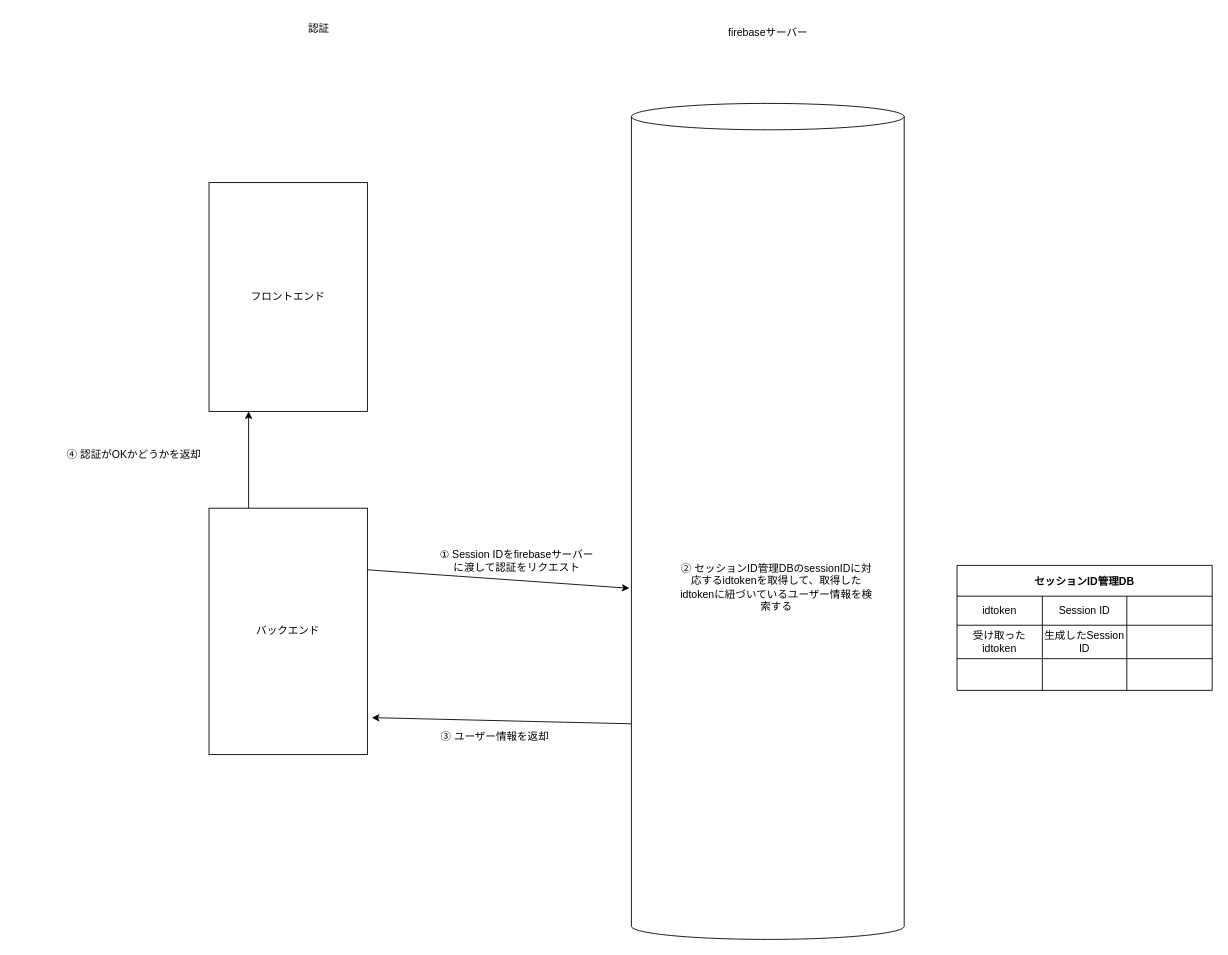
The draw.io diagram survey/certification-session.drawio in elletech/next_cookie, before the edit. Source tidied: cells renumbered, new cells numbered last; positions are measured from the earlier drawing's top-left corner, leaving out a move shared by most shapes. Both pictures are drawn from the tidied source at 88%, with x=0, y=0 at pixel (33, 15).
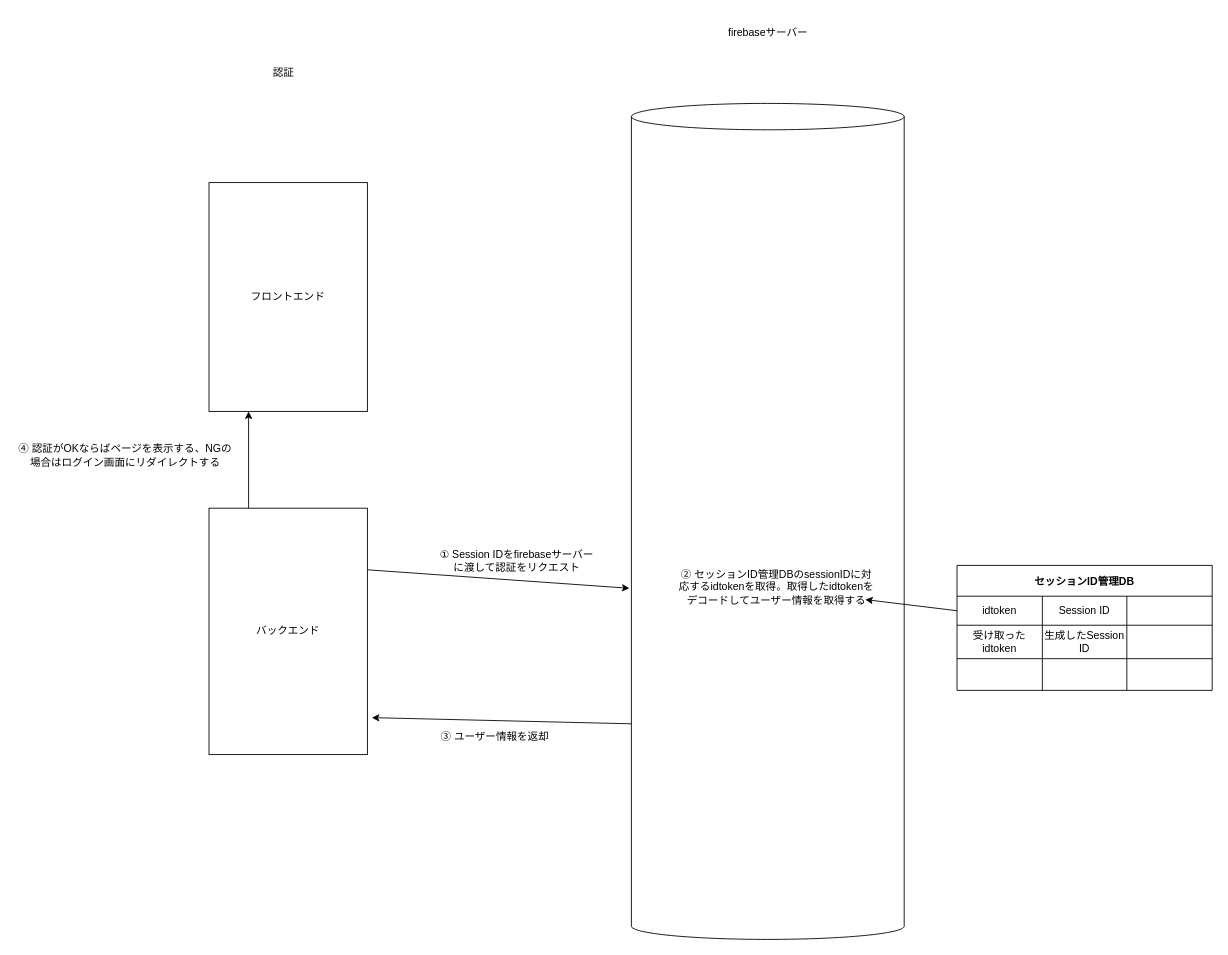
After the change.

The change refers to these unchanged cells:
```xml
<mxCell id="11" style="shape=partialRectangle;html=1;whiteSpace=wrap;fillColor=none;top=0;left=0;bottom=0;right=0;points=[[0,0.5],[1,0.5]];portConstraint=eastwest;" parent="10" vertex="1">
  <mxGeometry y="35" width="290" height="33" as="geometry" />
</mxCell>
```

Change to the diagram source:
```diff
@@
     <mxCell id="5" value="認証" style="text;html=1;strokeColor=none;fillColor=none;align=center;verticalAlign=middle;whiteSpace=wrap;rounded=0;" parent="1" vertex="1">
-      <mxGeometry x="290" width="70" height="30" as="geometry" />
+      <mxGeometry x="250" y="50" width="70" height="30" as="geometry" />
     </mxCell>
@@
-    <mxCell id="24" value="② セッションID管理DBのsessionIDに対応するidtokenを取得して、取得したidtokenに紐づいているユーザー情報を検索する" style="text;html=1;strokeColor=none;fillColor=none;align=center;verticalAlign=middle;whiteSpace=wrap;rounded=0;" parent="1" vertex="1">
+    <mxCell id="24" value="② セッションID管理DBのsessionIDに対応するidtokenを取得。取得したidtokenをデコードしてユーザー情報を取得する" style="text;html=1;strokeColor=none;fillColor=none;align=center;verticalAlign=middle;whiteSpace=wrap;rounded=0;" parent="1" vertex="1">
       <mxGeometry x="730" y="640" width="230" height="20" as="geometry" />
     </mxCell>
@@
-    <mxCell id="26" value="④ 認証がOKかどうかを返却" style="text;html=1;strokeColor=none;fillColor=none;align=center;verticalAlign=middle;whiteSpace=wrap;rounded=0;" parent="1" vertex="1">
-      <mxGeometry y="490" width="230" height="20" as="geometry" />
+    <mxCell id="26" value="④ 認証がOKならばページを表示する、NGの場合はログイン画面にリダイレクトする" style="text;html=1;strokeColor=none;fillColor=none;align=center;verticalAlign=middle;whiteSpace=wrap;rounded=0;" parent="1" vertex="1">
+      <mxGeometry x="-20" y="490" width="250" height="20" as="geometry" />
     </mxCell>
+    <mxCell id="27" style="edgeStyle=none;html=1;exitX=0;exitY=0.5;exitDx=0;exitDy=0;entryX=0.938;entryY=1.193;entryDx=0;entryDy=0;entryPerimeter=0;" parent="1" edge="1" source="11" target="24">
+      <mxGeometry relative="1" as="geometry" />
+    </mxCell>
```
